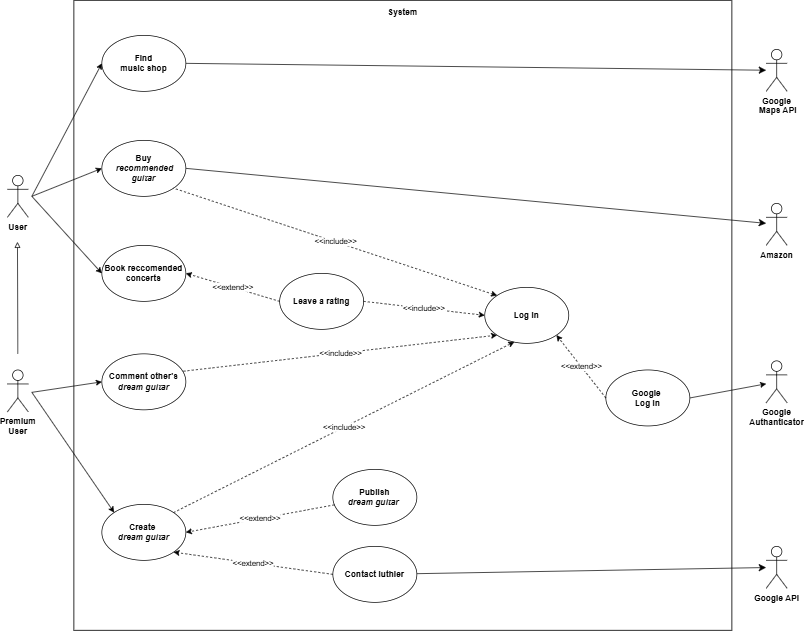
Above: diagrams/UseCaseDiagram.drawio .png in TizianoLilli/ISPW-Project (draw.io), before the change. Source tidied: cells renumbered, new cells last; positions are measured from the earlier drawing's top-left corner, leaving out a move shared by most shapes.
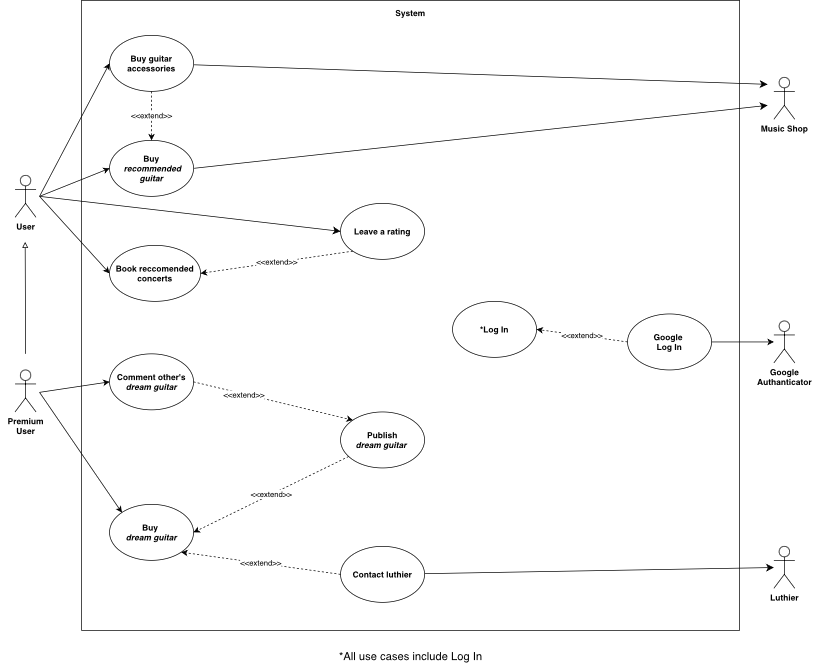
The same diagram one commit later.

Diff of the diagram source:
```diff
@@ -5,16 +5,21 @@
     <mxCell id="2" style="rounded=0;whiteSpace=wrap;html=1;" parent="1" vertex="1">
       <mxGeometry x="95" width="940" height="900" as="geometry" />
     </mxCell>
+    <mxCell id="38" style="edgeStyle=none;curved=1;rounded=0;jettySize=auto;html=1;entryX=0;entryY=0.5;entryDx=0;entryDy=0;fontSize=12;startSize=8;endSize=8;" parent="1" edge="1" target="29">
+      <mxGeometry relative="1" as="geometry">
+        <mxPoint x="35" y="280" as="sourcePoint" />
+      </mxGeometry>
+    </mxCell>
     <mxCell id="3" value="&lt;b&gt;User&lt;/b&gt;" style="shape=umlActor;verticalLabelPosition=bottom;verticalAlign=top;html=1;" parent="1" vertex="1">
       <mxGeometry y="250" width="30" height="60" as="geometry" />
     </mxCell>
     <mxCell id="4" value="&lt;b&gt;Premium&lt;br&gt;User&lt;/b&gt;" style="shape=umlActor;verticalLabelPosition=bottom;verticalAlign=top;html=1;" parent="1" vertex="1">
       <mxGeometry y="528" width="30" height="60" as="geometry" />
     </mxCell>
-    <mxCell id="5" value="&lt;b&gt;Log In&lt;/b&gt;" style="ellipse;whiteSpace=wrap;html=1;" parent="1" vertex="1">
-      <mxGeometry x="682" y="410" width="120" height="80" as="geometry" />
+    <mxCell id="5" value="&lt;b&gt;*Log In&lt;/b&gt;" style="ellipse;whiteSpace=wrap;html=1;" parent="1" vertex="1">
+      <mxGeometry x="625" y="430" width="120" height="80" as="geometry" />
     </mxCell>
-    <mxCell id="6" value="&lt;b&gt;Create&amp;nbsp;&lt;/b&gt;&lt;div&gt;&lt;b&gt;&lt;i&gt;dream&amp;nbsp;&lt;span style=&quot;background-color: initial;&quot;&gt;guitar&lt;/span&gt;&lt;/i&gt;&lt;/b&gt;&lt;/div&gt;" style="ellipse;whiteSpace=wrap;html=1;" parent="1" vertex="1">
+    <mxCell id="6" value="&lt;b&gt;Buy&amp;nbsp;&lt;/b&gt;&lt;div&gt;&lt;b&gt;&lt;i&gt;dream&amp;nbsp;&lt;span style=&quot;background-color: initial;&quot;&gt;guitar&lt;/span&gt;&lt;/i&gt;&lt;/b&gt;&lt;/div&gt;" style="ellipse;whiteSpace=wrap;html=1;" parent="1" vertex="1">
       <mxGeometry x="135" y="720" width="120" height="80" as="geometry" />
     </mxCell>
     <mxCell id="7" style="endArrow=classic;html=1;rounded=0;entryX=0;entryY=0;entryDx=0;entryDy=0;" parent="1" edge="1" target="6">
@@ -22,11 +27,10 @@
         <mxPoint x="35" y="560" as="sourcePoint" />
       </mxGeometry>
     </mxCell>
-    <mxCell id="8" value="&amp;lt;&amp;lt;include&amp;gt;&amp;gt;" style="endArrow=classic;html=1;rounded=0;exitX=1;exitY=0;exitDx=0;exitDy=0;dashed=1;entryX=0.352;entryY=0.975;entryDx=0;entryDy=0;entryPerimeter=0;" parent="1" edge="1" source="6" target="5">
-      <mxGeometry relative="1" as="geometry" />
-    </mxCell>
-    <mxCell id="9" style="edgeStyle=none;curved=1;rounded=0;jettySize=auto;html=1;exitX=1;exitY=0.5;exitDx=0;exitDy=0;fontSize=12;startSize=8;endSize=8;" parent="1" edge="1" source="10" target="35">
-      <mxGeometry relative="1" as="geometry" />
+    <mxCell id="9" style="edgeStyle=none;curved=1;rounded=0;jettySize=auto;html=1;exitX=1;exitY=0.5;exitDx=0;exitDy=0;fontSize=12;startSize=8;endSize=8;" parent="1" edge="1" source="10">
+      <mxGeometry relative="1" as="geometry">
+        <mxPoint x="1075" y="150" as="targetPoint" />
+      </mxGeometry>
     </mxCell>
     <mxCell id="10" value="&lt;b&gt;Buy&lt;/b&gt;&lt;br&gt;&lt;div&gt;&lt;b&gt;&amp;nbsp;&lt;i&gt;recommended guitar&lt;/i&gt;&lt;/b&gt;&lt;/div&gt;" style="ellipse;whiteSpace=wrap;html=1;" parent="1" vertex="1">
       <mxGeometry x="135" y="200" width="120" height="80" as="geometry" />
@@ -37,7 +41,7 @@
       </mxGeometry>
     </mxCell>
     <mxCell id="12" value="&lt;b&gt;Book reccomended&lt;/b&gt;&lt;div&gt;&lt;b&gt;concerts&lt;/b&gt;&lt;/div&gt;" style="ellipse;whiteSpace=wrap;html=1;" parent="1" vertex="1">
-      <mxGeometry x="135" y="350" width="120" height="80" as="geometry" />
+      <mxGeometry x="135" y="350" width="130" height="80" as="geometry" />
     </mxCell>
     <mxCell id="13" style="edgeStyle=none;curved=1;rounded=0;jettySize=auto;html=1;fontSize=12;startSize=8;endSize=8;" parent="1" edge="1" source="14" target="37">
       <mxGeometry relative="1" as="geometry" />
@@ -51,7 +55,7 @@
       </mxGeometry>
     </mxCell>
     <mxCell id="16" value="&lt;b&gt;Google&lt;/b&gt;&lt;div&gt;&lt;b&gt;Authanticator&lt;/b&gt;&lt;/div&gt;&lt;div&gt;&lt;br&gt;&lt;/div&gt;" style="shape=umlActor;verticalLabelPosition=bottom;verticalAlign=top;html=1;outlineConnect=0;" parent="1" vertex="1">
-      <mxGeometry x="1084" y="515" width="30" height="60" as="geometry" />
+      <mxGeometry x="1084" y="458" width="30" height="60" as="geometry" />
     </mxCell>
     <mxCell id="17" style="endArrow=classic;html=1;rounded=0;exitX=1;exitY=0.5;exitDx=0;exitDy=0;" parent="1" edge="1" source="33" target="16">
       <mxGeometry relative="1" as="geometry" />
@@ -59,9 +63,6 @@
     <mxCell id="18" value="&amp;lt;&amp;lt;extend&amp;gt;&amp;gt;" style="endArrow=classic;html=1;rounded=0;exitX=0;exitY=0.5;exitDx=0;exitDy=0;entryX=1;entryY=1;entryDx=0;entryDy=0;dashed=1;" parent="1" edge="1" source="14" target="6">
       <mxGeometry relative="1" as="geometry" />
     </mxCell>
-    <mxCell id="19" value="&amp;lt;&amp;lt;include&amp;gt;&amp;gt;" style="endArrow=none;html=1;rounded=0;exitX=0;exitY=0;exitDx=0;exitDy=0;entryX=1;entryY=1;entryDx=0;entryDy=0;dashed=1;endFill=0;startArrow=classic;startFill=1;" parent="1" edge="1" source="5" target="10">
-      <mxGeometry relative="1" as="geometry" />
-    </mxCell>
     <mxCell id="20" value="&lt;b&gt;System&lt;/b&gt;&lt;div&gt;&lt;br&gt;&lt;/div&gt;" style="text;html=1;align=center;verticalAlign=middle;whiteSpace=wrap;rounded=0;" parent="1" vertex="1">
       <mxGeometry x="535" y="10" width="60" height="30" as="geometry" />
     </mxCell>
@@ -73,19 +74,18 @@
         <mxPoint x="35" y="560" as="sourcePoint" />
       </mxGeometry>
     </mxCell>
-    <mxCell id="23" value="&amp;lt;&amp;lt;include&amp;gt;&amp;gt;" style="endArrow=classic;html=1;rounded=0;exitX=0.97;exitY=0.31;exitDx=0;exitDy=0;exitPerimeter=0;entryX=0;entryY=1;entryDx=0;entryDy=0;dashed=1;" parent="1" edge="1" source="21" target="5">
-      <mxGeometry relative="1" as="geometry" />
-    </mxCell>
     <mxCell id="24" value="&lt;b&gt;Publish&lt;/b&gt;&lt;div&gt;&lt;b&gt;&lt;i&gt;dream guitar&lt;/i&gt;&amp;nbsp;&lt;/b&gt;&lt;/div&gt;" style="ellipse;whiteSpace=wrap;html=1;" parent="1" vertex="1">
-      <mxGeometry x="465" y="670" width="120" height="80" as="geometry" />
+      <mxGeometry x="465" y="588" width="120" height="80" as="geometry" />
     </mxCell>
     <mxCell id="25" value="&amp;lt;&amp;lt;extend&amp;gt;&amp;gt;" style="endArrow=classic;html=1;rounded=0;entryX=1;entryY=0.5;entryDx=0;entryDy=0;dashed=1;" parent="1" edge="1" source="24" target="6">
       <mxGeometry relative="1" as="geometry" />
     </mxCell>
-    <mxCell id="26" style="edgeStyle=none;curved=1;rounded=0;jettySize=auto;html=1;exitX=1;exitY=0.5;exitDx=0;exitDy=0;fontSize=12;startSize=8;endSize=8;" parent="1" edge="1" source="27" target="36">
-      <mxGeometry relative="1" as="geometry" />
-    </mxCell>
+    <mxCell id="39" style="edgeStyle=none;curved=1;rounded=0;jettySize=auto;html=1;fontSize=12;startSize=8;endSize=8;" parent="1" edge="1" source="27">
+      <mxGeometry relative="1" as="geometry">
+        <mxPoint x="1075" y="120" as="targetPoint" />
+      </mxGeometry>
+    </mxCell>
-    <mxCell id="27" value="&lt;b&gt;Find&lt;/b&gt;&lt;div&gt;&lt;b&gt;music shop&lt;/b&gt;&lt;/div&gt;" style="ellipse;whiteSpace=wrap;html=1;" parent="1" vertex="1">
+    <mxCell id="27" value="&lt;b&gt;Buy guitar&lt;/b&gt;&lt;div&gt;&lt;b&gt;accessories&lt;/b&gt;&lt;/div&gt;" style="ellipse;whiteSpace=wrap;html=1;" parent="1" vertex="1">
       <mxGeometry x="135" y="50" width="120" height="80" as="geometry" />
     </mxCell>
     <mxCell id="28" style="endArrow=classic;html=1;rounded=0;entryX=0;entryY=0.5;entryDx=0;entryDy=0;" parent="1" edge="1" target="27">
@@ -94,14 +94,11 @@
       </mxGeometry>
     </mxCell>
     <mxCell id="29" value="&lt;b&gt;Leave a rating&lt;/b&gt;" style="ellipse;whiteSpace=wrap;html=1;" parent="1" vertex="1">
-      <mxGeometry x="389" y="390" width="120" height="80" as="geometry" />
+      <mxGeometry x="465" y="290" width="120" height="80" as="geometry" />
     </mxCell>
-    <mxCell id="30" value="&amp;lt;&amp;lt;extend&amp;gt;&amp;gt;" style="endArrow=classic;html=1;rounded=0;exitX=0;exitY=0.5;exitDx=0;exitDy=0;entryX=1;entryY=0.5;entryDx=0;entryDy=0;dashed=1;" parent="1" edge="1" source="29" target="12">
+    <mxCell id="30" value="&amp;lt;&amp;lt;extend&amp;gt;&amp;gt;" style="endArrow=classic;html=1;rounded=0;exitX=0;exitY=1;exitDx=0;exitDy=0;entryX=1;entryY=0.5;entryDx=0;entryDy=0;dashed=1;" parent="1" edge="1" source="29" target="12">
       <mxGeometry relative="1" as="geometry" />
     </mxCell>
-    <mxCell id="31" value="&amp;lt;&amp;lt;include&amp;gt;&amp;gt;" style="endArrow=classic;html=1;rounded=0;exitX=1;exitY=0.5;exitDx=0;exitDy=0;entryX=0;entryY=0.5;entryDx=0;entryDy=0;dashed=1;" parent="1" edge="1" source="29" target="5">
-      <mxGeometry relative="1" as="geometry" />
-    </mxCell>
     <mxCell id="32" style="endArrow=block;html=1;rounded=0;endFill=0;" parent="1" edge="1">
       <mxGeometry relative="1" as="geometry">
         <mxPoint x="15" y="505" as="sourcePoint" />
@@ -109,19 +106,25 @@
       </mxGeometry>
     </mxCell>
     <mxCell id="33" value="&lt;b&gt;Google&amp;nbsp;&lt;/b&gt;&lt;div&gt;&lt;b&gt;Log In&lt;/b&gt;&lt;/div&gt;" style="ellipse;whiteSpace=wrap;html=1;" parent="1" vertex="1">
-      <mxGeometry x="855" y="528" width="120" height="80" as="geometry" />
+      <mxGeometry x="875" y="448" width="120" height="80" as="geometry" />
     </mxCell>
-    <mxCell id="34" value="&amp;lt;&amp;lt;extend&amp;gt;&amp;gt;" style="endArrow=classic;html=1;rounded=0;exitX=0;exitY=0.5;exitDx=0;exitDy=0;entryX=1;entryY=1;entryDx=0;entryDy=0;dashed=1;" parent="1" edge="1" source="33" target="5">
+    <mxCell id="34" value="&amp;lt;&amp;lt;extend&amp;gt;&amp;gt;" style="endArrow=classic;html=1;rounded=0;exitX=0;exitY=0.5;exitDx=0;exitDy=0;entryX=1;entryY=0.5;entryDx=0;entryDy=0;dashed=1;" parent="1" edge="1" source="33" target="5">
       <mxGeometry relative="1" as="geometry" />
     </mxCell>
-    <mxCell id="35" value="&lt;b&gt;Amazon&lt;/b&gt;" style="shape=umlActor;verticalLabelPosition=bottom;verticalAlign=top;html=1;outlineConnect=0;" parent="1" vertex="1">
-      <mxGeometry x="1084" y="290" width="30" height="60" as="geometry" />
+    <mxCell id="35" value="&lt;b&gt;Music Shop&lt;/b&gt;" style="shape=umlActor;verticalLabelPosition=bottom;verticalAlign=top;html=1;outlineConnect=0;" parent="1" vertex="1">
+      <mxGeometry x="1084" y="110" width="30" height="60" as="geometry" />
     </mxCell>
-    <mxCell id="36" value="&lt;b&gt;Google&lt;/b&gt;&lt;div&gt;&lt;b&gt;&amp;nbsp;Maps API&lt;/b&gt;&lt;/div&gt;" style="shape=umlActor;verticalLabelPosition=bottom;verticalAlign=top;html=1;outlineConnect=0;" parent="1" vertex="1">
-      <mxGeometry x="1084" y="70" width="30" height="60" as="geometry" />
-    </mxCell>
-    <mxCell id="37" value="&lt;b&gt;Google API&lt;/b&gt;&lt;div&gt;&lt;br&gt;&lt;/div&gt;" style="shape=umlActor;verticalLabelPosition=bottom;verticalAlign=top;html=1;outlineConnect=0;" parent="1" vertex="1">
+    <mxCell id="37" value="&lt;b&gt;Luthier&lt;/b&gt;&lt;div&gt;&lt;br&gt;&lt;/div&gt;" style="shape=umlActor;verticalLabelPosition=bottom;verticalAlign=top;html=1;outlineConnect=0;" parent="1" vertex="1">
       <mxGeometry x="1084" y="780" width="30" height="60" as="geometry" />
     </mxCell>
+    <mxCell id="40" value="&amp;lt;&amp;lt;extend&amp;gt;&amp;gt;" style="endArrow=classic;html=1;rounded=0;exitX=1;exitY=0.5;exitDx=0;exitDy=0;entryX=0;entryY=0;entryDx=0;entryDy=0;dashed=1;" parent="1" edge="1" source="21" target="24">
+      <mxGeometry x="-0.36" y="-2" relative="1" as="geometry" />
+    </mxCell>
+    <mxCell id="41" value="&amp;lt;&amp;lt;extend&amp;gt;&amp;gt;" style="endArrow=classic;html=1;rounded=0;exitX=0.5;exitY=1;exitDx=0;exitDy=0;entryX=0.5;entryY=0;entryDx=0;entryDy=0;dashed=1;" parent="1" edge="1" source="27" target="10">
+      <mxGeometry relative="1" as="geometry" />
+    </mxCell>
+    <mxCell id="42" value="*All use cases include Log In" style="text;html=1;align=center;verticalAlign=middle;strokeColor=none;fillColor=none;fontSize=16;" parent="1" vertex="1">
+      <mxGeometry x="430" y="917" width="270" height="40" as="geometry" />
+    </mxCell>
   </root>
 </mxGraphModel>
```
